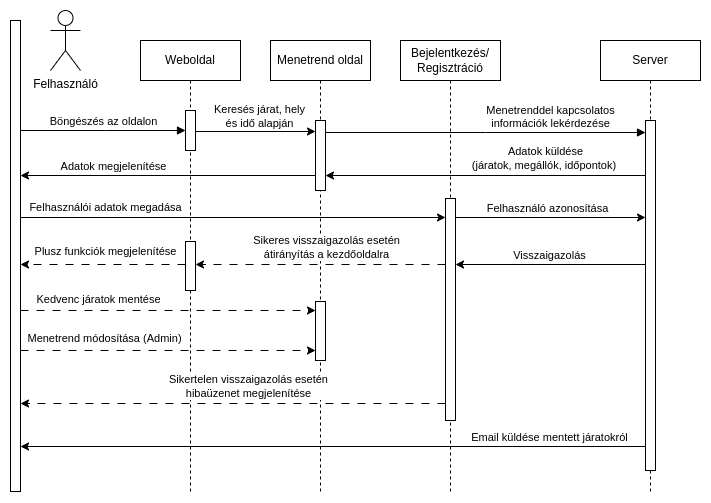
Earlier version of the draw.io export Sequence_Diagram.png (makoadampeter/vonatprojekt). Source tidied: cells renumbered, new cells last; positions are measured from the earlier drawing's top-left corner, leaving out a move shared by most shapes.
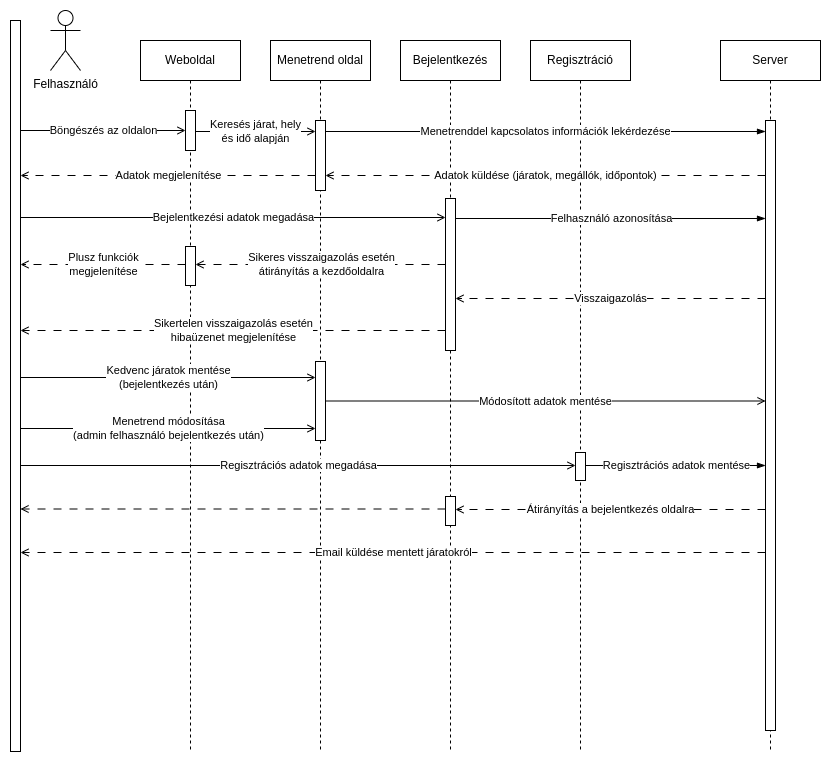
After the commit.

Commit message:
Sequence Diagram (Menetrend, Bejelentkezés, Regisztráció)

The edit, as a diff of the source:
```diff
@@ -3,182 +3,213 @@
     <mxCell id="0" />
     <mxCell id="1" parent="0" />
     <mxCell id="2" value="Weboldal" style="shape=umlLifeline;perimeter=lifelinePerimeter;whiteSpace=wrap;html=1;newEdgeStyle={&quot;edgeStyle&quot;:&quot;elbowEdgeStyle&quot;,&quot;elbow&quot;:&quot;vertical&quot;,&quot;curved&quot;:0,&quot;rounded&quot;:0};" parent="1" vertex="1">
-      <mxGeometry x="130" y="30" width="100" height="451" as="geometry" />
+      <mxGeometry x="130" y="30" width="100" height="711" as="geometry" />
     </mxCell>
     <mxCell id="3" style="html=1;points=[];perimeter=orthogonalPerimeter;outlineConnect=0;targetShapes=umlLifeline;portConstraint=eastwest;newEdgeStyle={&quot;edgeStyle&quot;:&quot;elbowEdgeStyle&quot;,&quot;elbow&quot;:&quot;vertical&quot;,&quot;curved&quot;:0,&quot;rounded&quot;:0};" parent="2" vertex="1">
       <mxGeometry x="45" y="70" width="10" height="40" as="geometry" />
     </mxCell>
     <mxCell id="4" style="html=1;perimeter=orthogonalPerimeter;targetShapes=umlLifeline;newEdgeStyle={&quot;edgeStyle&quot;:&quot;elbowEdgeStyle&quot;,&quot;elbow&quot;:&quot;vertical&quot;,&quot;curved&quot;:0,&quot;rounded&quot;:0};" parent="2" vertex="1">
-      <mxGeometry x="45" y="201" width="10" height="49" as="geometry" />
+      <mxGeometry x="45" y="206" width="10" height="39" as="geometry" />
     </mxCell>
     <mxCell id="5" value="Server" style="shape=umlLifeline;perimeter=lifelinePerimeter;whiteSpace=wrap;html=1;newEdgeStyle={&quot;edgeStyle&quot;:&quot;elbowEdgeStyle&quot;,&quot;elbow&quot;:&quot;vertical&quot;,&quot;curved&quot;:0,&quot;rounded&quot;:0};" parent="1" vertex="1">
-      <mxGeometry x="590" y="30" width="100" height="451" as="geometry" />
+      <mxGeometry x="710" y="30" width="100" height="711" as="geometry" />
     </mxCell>
     <mxCell id="6" style="html=1;points=[];perimeter=orthogonalPerimeter;outlineConnect=0;targetShapes=umlLifeline;portConstraint=eastwest;newEdgeStyle={&quot;edgeStyle&quot;:&quot;elbowEdgeStyle&quot;,&quot;elbow&quot;:&quot;vertical&quot;,&quot;curved&quot;:0,&quot;rounded&quot;:0};" parent="5" vertex="1">
-      <mxGeometry x="45" y="80" width="10" height="350" as="geometry" />
+      <mxGeometry x="45" y="80" width="10" height="610" as="geometry" />
     </mxCell>
-    <mxCell id="7" value="Menetrenddel kapcsolatos&lt;br&gt;információk lekérdezése" style="html=1;verticalAlign=bottom;endArrow=block;edgeStyle=elbowEdgeStyle;elbow=vertical;curved=0;rounded=0;" parent="1" edge="1" target="6">
-      <mxGeometry x="0.41" relative="1" as="geometry">
-        <mxPoint x="315" y="122" as="sourcePoint" />
-      </mxGeometry>
-    </mxCell>
     <mxCell id="8" value="Felhasználó" style="shape=umlActor;verticalLabelPosition=bottom;verticalAlign=top;html=1;" parent="1" vertex="1">
       <mxGeometry x="40" width="30" height="60" as="geometry" />
     </mxCell>
     <mxCell id="9" style="html=1;perimeter=orthogonalPerimeter;targetShapes=umlLifeline;newEdgeStyle={&quot;edgeStyle&quot;:&quot;elbowEdgeStyle&quot;,&quot;elbow&quot;:&quot;vertical&quot;,&quot;curved&quot;:0,&quot;rounded&quot;:0};" parent="1" vertex="1">
-      <mxGeometry y="10" width="10" height="471" as="geometry" />
+      <mxGeometry y="10" width="10" height="731" as="geometry" />
     </mxCell>
-    <mxCell id="10" value="Böngészés az oldalon" style="html=1;verticalAlign=bottom;endArrow=block;edgeStyle=elbowEdgeStyle;elbow=vertical;curved=0;rounded=0;" parent="1" edge="1" target="3">
-      <mxGeometry relative="1" as="geometry">
+    <mxCell id="10" style="html=1;verticalAlign=bottom;endArrow=open;edgeStyle=elbowEdgeStyle;elbow=vertical;curved=0;rounded=0;endFill=0;" parent="1" edge="1" target="3">
+      <mxGeometry x="0.09" y="29" relative="1" as="geometry">
         <mxPoint x="10" y="120" as="sourcePoint" />
         <Array as="points">
           <mxPoint x="95" y="120" />
         </Array>
       </mxGeometry>
     </mxCell>
+    <mxCell id="40" value="Böngészés az oldalon" style="edgeLabel;html=1;align=center;verticalAlign=middle;" parent="10" vertex="1">
+      <mxGeometry relative="1" as="geometry" />
+    </mxCell>
     <mxCell id="11" value="Menetrend oldal" style="shape=umlLifeline;perimeter=lifelinePerimeter;whiteSpace=wrap;html=1;newEdgeStyle={&quot;edgeStyle&quot;:&quot;elbowEdgeStyle&quot;,&quot;elbow&quot;:&quot;vertical&quot;,&quot;curved&quot;:0,&quot;rounded&quot;:0};" parent="1" vertex="1">
-      <mxGeometry x="260" y="30" width="100" height="451" as="geometry" />
+      <mxGeometry x="260" y="30" width="100" height="711" as="geometry" />
     </mxCell>
     <mxCell id="12" style="html=1;perimeter=orthogonalPerimeter;targetShapes=umlLifeline;newEdgeStyle={&quot;edgeStyle&quot;:&quot;elbowEdgeStyle&quot;,&quot;elbow&quot;:&quot;vertical&quot;,&quot;curved&quot;:0,&quot;rounded&quot;:0};" parent="11" vertex="1">
       <mxGeometry x="45" y="80" width="10" height="70" as="geometry" />
     </mxCell>
     <mxCell id="13" style="html=1;points=[];perimeter=orthogonalPerimeter;outlineConnect=0;targetShapes=umlLifeline;portConstraint=eastwest;newEdgeStyle={&quot;edgeStyle&quot;:&quot;elbowEdgeStyle&quot;,&quot;elbow&quot;:&quot;vertical&quot;,&quot;curved&quot;:0,&quot;rounded&quot;:0};" parent="11" vertex="1">
-      <mxGeometry x="45" y="261" width="10" height="59" as="geometry" />
+      <mxGeometry x="45" y="321" width="10" height="79" as="geometry" />
     </mxCell>
-    <mxCell id="14" style="endArrow=classic;html=1;rounded=0;" parent="1" edge="1">
+    <mxCell id="14" style="endArrow=open;html=1;rounded=0;dashed=1;dashPattern=8 8;endFill=0;" parent="1" edge="1">
       <mxGeometry relative="1" as="geometry">
         <mxPoint x="305" y="165" as="sourcePoint" />
         <mxPoint x="10" y="165" as="targetPoint" />
       </mxGeometry>
     </mxCell>
     <mxCell id="15" value="Adatok megjelenítése" style="edgeLabel;html=1;align=center;verticalAlign=middle;" parent="14" vertex="1">
-      <mxGeometry x="-0.3" y="2" relative="1" as="geometry">
-        <mxPoint x="-100" y="-11" as="offset" />
-      </mxGeometry>
+      <mxGeometry relative="1" as="geometry" />
     </mxCell>
-    <mxCell id="16" style="endArrow=classic;html=1;rounded=0;" parent="1" edge="1" source="6">
-      <mxGeometry relative="1" as="geometry">
-        <mxPoint x="315" y="165" as="targetPoint" />
-      </mxGeometry>
-    </mxCell>
-    <mxCell id="17" value="Adatok küldése&lt;br&gt;(járatok, megállók, időpontok)&amp;nbsp;" style="edgeLabel;html=1;align=center;verticalAlign=middle;" parent="16" vertex="1">
-      <mxGeometry x="-0.17" y="2" relative="1" as="geometry">
-        <mxPoint x="32" y="-19" as="offset" />
-      </mxGeometry>
-    </mxCell>
-    <mxCell id="18" value="Bejelentkezés/&lt;br&gt;Regisztráció" style="shape=umlLifeline;perimeter=lifelinePerimeter;whiteSpace=wrap;html=1;newEdgeStyle={&quot;edgeStyle&quot;:&quot;elbowEdgeStyle&quot;,&quot;elbow&quot;:&quot;vertical&quot;,&quot;curved&quot;:0,&quot;rounded&quot;:0};" parent="1" vertex="1">
-      <mxGeometry x="390" y="30" width="100" height="451" as="geometry" />
+    <mxCell id="18" value="Bejelentkezés" style="shape=umlLifeline;perimeter=lifelinePerimeter;whiteSpace=wrap;html=1;newEdgeStyle={&quot;edgeStyle&quot;:&quot;elbowEdgeStyle&quot;,&quot;elbow&quot;:&quot;vertical&quot;,&quot;curved&quot;:0,&quot;rounded&quot;:0};" parent="1" vertex="1">
+      <mxGeometry x="390" y="30" width="100" height="711" as="geometry" />
     </mxCell>
     <mxCell id="19" style="html=1;perimeter=orthogonalPerimeter;targetShapes=umlLifeline;newEdgeStyle={&quot;edgeStyle&quot;:&quot;elbowEdgeStyle&quot;,&quot;elbow&quot;:&quot;vertical&quot;,&quot;curved&quot;:0,&quot;rounded&quot;:0};" parent="18" vertex="1">
-      <mxGeometry x="45" y="158" width="10" height="222" as="geometry" />
+      <mxGeometry x="45" y="158" width="10" height="152" as="geometry" />
     </mxCell>
+    <mxCell id="41" style="html=1;points=[];perimeter=orthogonalPerimeter;outlineConnect=0;targetShapes=umlLifeline;portConstraint=eastwest;newEdgeStyle={&quot;edgeStyle&quot;:&quot;elbowEdgeStyle&quot;,&quot;elbow&quot;:&quot;vertical&quot;,&quot;curved&quot;:0,&quot;rounded&quot;:0};" parent="18" vertex="1">
+      <mxGeometry x="45" y="456" width="10" height="29" as="geometry" />
+    </mxCell>
-    <mxCell id="20" style="endArrow=classic;html=1;rounded=0;" parent="1" edge="1">
+    <mxCell id="20" style="endArrow=open;html=1;rounded=0;endFill=0;" parent="1" edge="1">
       <mxGeometry relative="1" as="geometry">
         <mxPoint x="185" y="121" as="sourcePoint" />
         <mxPoint x="305" y="121" as="targetPoint" />
       </mxGeometry>
     </mxCell>
     <mxCell id="21" value="Keresés járat, hely&lt;br&gt;és idő alapján" style="edgeLabel;html=1;align=center;verticalAlign=middle;" parent="20" vertex="1">
-      <mxGeometry x="0.06" y="3" relative="1" as="geometry">
-        <mxPoint y="-12" as="offset" />
-      </mxGeometry>
+      <mxGeometry relative="1" as="geometry" />
     </mxCell>
-    <mxCell id="22" style="endArrow=classic;html=1;rounded=0;" parent="1" edge="1">
+    <mxCell id="22" style="endArrow=open;html=1;rounded=0;endFill=0;" parent="1" edge="1">
       <mxGeometry relative="1" as="geometry">
         <mxPoint x="10" y="207" as="sourcePoint" />
         <mxPoint x="435" y="207" as="targetPoint" />
       </mxGeometry>
     </mxCell>
-    <mxCell id="23" value="Felhasználói adatok megadása" style="edgeLabel;html=1;align=center;verticalAlign=middle;" parent="22" vertex="1">
-      <mxGeometry x="0.12" y="-2" relative="1" as="geometry">
-        <mxPoint x="-153" y="-12" as="offset" />
-      </mxGeometry>
+    <mxCell id="23" value="Bejelentkezési adatok megadása" style="edgeLabel;html=1;align=center;verticalAlign=middle;" parent="22" vertex="1">
+      <mxGeometry relative="1" as="geometry" />
     </mxCell>
-    <mxCell id="24" style="endArrow=classic;html=1;rounded=0;" parent="1" edge="1" target="6">
-      <mxGeometry relative="1" as="geometry">
-        <mxPoint x="445" y="207" as="sourcePoint" />
-      </mxGeometry>
-    </mxCell>
-    <mxCell id="25" value="Felhasználó azonosítása" style="edgeLabel;html=1;align=center;verticalAlign=middle;" parent="24" vertex="1">
-      <mxGeometry x="-0.07" relative="1" as="geometry">
-        <mxPoint x="3" y="-9" as="offset" />
-      </mxGeometry>
-    </mxCell>
-    <mxCell id="26" style="endArrow=classic;html=1;rounded=0;" parent="1" edge="1">
-      <mxGeometry relative="1" as="geometry">
-        <mxPoint x="635" y="254" as="sourcePoint" />
-        <mxPoint x="445" y="254" as="targetPoint" />
-      </mxGeometry>
-    </mxCell>
-    <mxCell id="27" value="Visszaigazolás" style="edgeLabel;html=1;align=center;verticalAlign=middle;" parent="26" vertex="1">
-      <mxGeometry x="-0.06" y="-2" relative="1" as="geometry">
-        <mxPoint x="-7" y="-7" as="offset" />
-      </mxGeometry>
-    </mxCell>
-    <mxCell id="28" style="endArrow=classic;html=1;rounded=0;dashed=1;dashPattern=8 8;" parent="1" edge="1">
+    <mxCell id="28" style="endArrow=open;html=1;rounded=0;dashed=1;dashPattern=8 8;endFill=0;" parent="1" edge="1">
       <mxGeometry relative="1" as="geometry">
         <mxPoint x="435" y="254" as="sourcePoint" />
         <mxPoint x="185" y="254" as="targetPoint" />
       </mxGeometry>
     </mxCell>
     <mxCell id="29" value="Sikeres visszaigazolás esetén&lt;br&gt;átirányítás a kezdőoldalra" style="edgeLabel;html=1;align=center;verticalAlign=middle;" parent="28" vertex="1">
-      <mxGeometry x="-0.04" relative="1" as="geometry">
-        <mxPoint y="-17" as="offset" />
-      </mxGeometry>
+      <mxGeometry relative="1" as="geometry" />
     </mxCell>
-    <mxCell id="30" style="endArrow=classic;html=1;rounded=0;dashed=1;dashPattern=8 8;" parent="1" edge="1">
+    <mxCell id="30" style="endArrow=open;html=1;rounded=0;dashed=1;dashPattern=8 8;endFill=0;" parent="1" edge="1">
       <mxGeometry relative="1" as="geometry">
         <mxPoint x="175" y="254" as="sourcePoint" />
         <mxPoint x="10" y="254" as="targetPoint" />
       </mxGeometry>
     </mxCell>
-    <mxCell id="31" value="Plusz funkciók megjelenítése" style="edgeLabel;html=1;align=center;verticalAlign=middle;" parent="30" vertex="1">
-      <mxGeometry x="-0.3" y="2" relative="1" as="geometry">
-        <mxPoint x="-23" y="-15" as="offset" />
-      </mxGeometry>
+    <mxCell id="31" value="Plusz funkciók&lt;br&gt;megjelenítése" style="edgeLabel;html=1;align=center;verticalAlign=middle;" parent="30" vertex="1">
+      <mxGeometry relative="1" as="geometry" />
     </mxCell>
-    <mxCell id="32" style="endArrow=classic;html=1;rounded=0;dashed=1;dashPattern=8 8;" parent="1" edge="1">
+    <mxCell id="32" style="endArrow=open;html=1;rounded=0;dashed=1;dashPattern=8 8;endFill=0;" parent="1" edge="1">
       <mxGeometry relative="1" as="geometry">
-        <mxPoint x="435" y="393" as="sourcePoint" />
-        <mxPoint x="10" y="393" as="targetPoint" />
+        <mxPoint x="435" y="320" as="sourcePoint" />
+        <mxPoint x="10" y="320" as="targetPoint" />
       </mxGeometry>
     </mxCell>
     <mxCell id="33" value="Sikertelen visszaigazolás esetén&lt;br&gt;hibaüzenet megjelenítése" style="edgeLabel;html=1;align=center;verticalAlign=middle;" parent="32" vertex="1">
-      <mxGeometry x="-0.07" y="3" relative="1" as="geometry">
-        <mxPoint y="-20" as="offset" />
-      </mxGeometry>
+      <mxGeometry relative="1" as="geometry" />
     </mxCell>
-    <mxCell id="34" style="endArrow=classic;html=1;rounded=0;dashed=1;dashPattern=8 8;" parent="1" edge="1">
+    <mxCell id="34" style="endArrow=open;html=1;rounded=0;endFill=0;" parent="1" edge="1">
       <mxGeometry relative="1" as="geometry">
-        <mxPoint x="10" y="300" as="sourcePoint" />
-        <mxPoint x="305" y="300" as="targetPoint" />
+        <mxPoint x="10" y="367" as="sourcePoint" />
+        <mxPoint x="305" y="367" as="targetPoint" />
       </mxGeometry>
     </mxCell>
-    <mxCell id="35" value="Kedvenc járatok mentése" style="edgeLabel;html=1;align=center;verticalAlign=middle;" parent="34" vertex="1">
-      <mxGeometry x="-0.07" relative="1" as="geometry">
-        <mxPoint x="-60" y="-11" as="offset" />
-      </mxGeometry>
+    <mxCell id="35" value="Kedvenc járatok mentése&lt;br&gt;(bejelentkezés után)" style="edgeLabel;html=1;align=center;verticalAlign=middle;" parent="34" vertex="1">
+      <mxGeometry relative="1" as="geometry" />
     </mxCell>
-    <mxCell id="36" style="endArrow=classic;html=1;rounded=0;dashed=1;dashPattern=8 8;" parent="1" edge="1">
+    <mxCell id="36" style="endArrow=open;html=1;rounded=0;endFill=0;" parent="1" edge="1">
       <mxGeometry relative="1" as="geometry">
-        <mxPoint x="10" y="340" as="sourcePoint" />
-        <mxPoint x="305" y="340" as="targetPoint" />
+        <mxPoint x="10" y="418" as="sourcePoint" />
+        <mxPoint x="305" y="418" as="targetPoint" />
       </mxGeometry>
     </mxCell>
-    <mxCell id="37" value="Menetrend módosítása (Admin)" style="edgeLabel;html=1;align=center;verticalAlign=middle;" parent="36" vertex="1">
-      <mxGeometry x="-0.07" relative="1" as="geometry">
-        <mxPoint x="-54" y="-12" as="offset" />
-      </mxGeometry>
+    <mxCell id="37" value="Menetrend módosítása &lt;br&gt;(admin felhasználó bejelentkezés után)" style="edgeLabel;html=1;align=center;verticalAlign=middle;" parent="36" vertex="1">
+      <mxGeometry relative="1" as="geometry" />
     </mxCell>
-    <mxCell id="38" style="endArrow=classic;html=1;rounded=0;" parent="1" edge="1" source="6">
+    <mxCell id="38" style="endArrow=open;html=1;rounded=0;dashed=1;dashPattern=8 8;endFill=0;" parent="1" edge="1">
       <mxGeometry relative="1" as="geometry">
-        <mxPoint x="10" y="436" as="targetPoint" />
+        <mxPoint x="755" y="542" as="sourcePoint" />
+        <mxPoint x="10" y="542" as="targetPoint" />
       </mxGeometry>
     </mxCell>
     <mxCell id="39" value="Email küldése mentett járatokról" style="edgeLabel;html=1;align=center;verticalAlign=middle;" parent="38" vertex="1">
-      <mxGeometry x="-0.06" y="-2" relative="1" as="geometry">
-        <mxPoint x="197" y="-7" as="offset" />
-      </mxGeometry>
+      <mxGeometry relative="1" as="geometry" />
     </mxCell>
+    <mxCell id="42" value="Regisztráció" style="shape=umlLifeline;perimeter=lifelinePerimeter;whiteSpace=wrap;html=1;newEdgeStyle={&quot;edgeStyle&quot;:&quot;elbowEdgeStyle&quot;,&quot;elbow&quot;:&quot;vertical&quot;,&quot;curved&quot;:0,&quot;rounded&quot;:0};" parent="1" vertex="1">
+      <mxGeometry x="520" y="30" width="100" height="711" as="geometry" />
+    </mxCell>
+    <mxCell id="43" style="html=1;perimeter=orthogonalPerimeter;targetShapes=umlLifeline;newEdgeStyle={&quot;edgeStyle&quot;:&quot;elbowEdgeStyle&quot;,&quot;elbow&quot;:&quot;vertical&quot;,&quot;curved&quot;:0,&quot;rounded&quot;:0};" parent="42" vertex="1">
+      <mxGeometry x="45" y="412" width="10" height="28" as="geometry" />
+    </mxCell>
+    <mxCell id="44" style="endArrow=blockThin;html=1;rounded=0;endFill=1;" parent="1" edge="1" target="6">
+      <mxGeometry relative="1" as="geometry">
+        <mxPoint x="315" y="121" as="sourcePoint" />
+      </mxGeometry>
+    </mxCell>
+    <mxCell id="7" value="Menetrenddel kapcsolatos információk lekérdezése" style="edgeLabel;html=1;align=center;verticalAlign=middle;" parent="44" vertex="1">
+      <mxGeometry relative="1" as="geometry" />
+    </mxCell>
+    <mxCell id="45" style="endArrow=open;html=1;rounded=0;endFill=0;" parent="1" edge="1">
+      <mxGeometry relative="1" as="geometry">
+        <mxPoint x="10" y="455" as="sourcePoint" />
+        <mxPoint x="565" y="455" as="targetPoint" />
+      </mxGeometry>
+    </mxCell>
+    <mxCell id="46" value="Regisztrációs adatok megadása" style="edgeLabel;html=1;align=center;verticalAlign=middle;" parent="45" vertex="1">
+      <mxGeometry relative="1" as="geometry" />
+    </mxCell>
+    <mxCell id="47" style="endArrow=blockThin;html=1;rounded=0;endFill=1;" parent="1" edge="1" target="6">
+      <mxGeometry relative="1" as="geometry">
+        <mxPoint x="575" y="455" as="sourcePoint" />
+      </mxGeometry>
+    </mxCell>
+    <mxCell id="48" value="Regisztrációs adatok mentése" style="edgeLabel;html=1;align=center;verticalAlign=middle;" parent="47" vertex="1">
+      <mxGeometry relative="1" as="geometry" />
+    </mxCell>
+    <mxCell id="49" style="endArrow=open;html=1;rounded=0;dashed=1;dashPattern=8 8;endFill=0;" parent="1" edge="1" target="41">
+      <mxGeometry relative="1" as="geometry">
+        <mxPoint x="755" y="499" as="sourcePoint" />
+      </mxGeometry>
+    </mxCell>
+    <mxCell id="50" value="Átirányítás a bejelentkezés oldalra" style="edgeLabel;html=1;align=center;verticalAlign=middle;" parent="49" vertex="1">
+      <mxGeometry relative="1" as="geometry" />
+    </mxCell>
+    <mxCell id="51" style="endArrow=open;html=1;rounded=0;dashed=1;dashPattern=8 8;endFill=0;" parent="1" edge="1">
+      <mxGeometry relative="1" as="geometry">
+        <mxPoint x="435" y="498.5" as="sourcePoint" />
+        <mxPoint x="10" y="498.5" as="targetPoint" />
+      </mxGeometry>
+    </mxCell>
+    <mxCell id="52" style="endArrow=open;html=1;rounded=0;dashed=1;dashPattern=8 8;endFill=0;" parent="1" edge="1">
+      <mxGeometry relative="1" as="geometry">
+        <mxPoint x="755" y="165" as="sourcePoint" />
+        <mxPoint x="315" y="165" as="targetPoint" />
+      </mxGeometry>
+    </mxCell>
+    <mxCell id="17" value="Adatok küldése (járatok, megállók, időpontok)" style="edgeLabel;html=1;align=center;verticalAlign=middle;" parent="52" vertex="1">
+      <mxGeometry relative="1" as="geometry" />
+    </mxCell>
+    <mxCell id="53" style="endArrow=blockThin;html=1;rounded=0;endFill=1;" parent="1" edge="1">
+      <mxGeometry relative="1" as="geometry">
+        <mxPoint x="445" y="208" as="sourcePoint" />
+        <mxPoint x="755" y="208" as="targetPoint" />
+      </mxGeometry>
+    </mxCell>
+    <mxCell id="25" value="Felhasználó azonosítása" style="edgeLabel;html=1;align=center;verticalAlign=middle;" parent="53" vertex="1">
+      <mxGeometry relative="1" as="geometry" />
+    </mxCell>
+    <mxCell id="54" style="endArrow=open;html=1;rounded=0;dashed=1;dashPattern=8 8;endFill=0;" parent="1" edge="1">
+      <mxGeometry relative="1" as="geometry">
+        <mxPoint x="755" y="288" as="sourcePoint" />
+        <mxPoint x="445" y="288" as="targetPoint" />
+      </mxGeometry>
+    </mxCell>
+    <mxCell id="27" value="Visszaigazolás" style="edgeLabel;html=1;align=center;verticalAlign=middle;" parent="54" vertex="1">
+      <mxGeometry relative="1" as="geometry" />
+    </mxCell>
+    <mxCell id="55" style="endArrow=open;html=1;rounded=0;endFill=0;" parent="1" edge="1" source="13" target="6">
+      <mxGeometry relative="1" as="geometry" />
+    </mxCell>
+    <mxCell id="56" value="Módosított adatok mentése" style="edgeLabel;html=1;align=center;verticalAlign=middle;" parent="55" vertex="1">
+      <mxGeometry relative="1" as="geometry" />
+    </mxCell>
   </root>
 </mxGraphModel>
```
